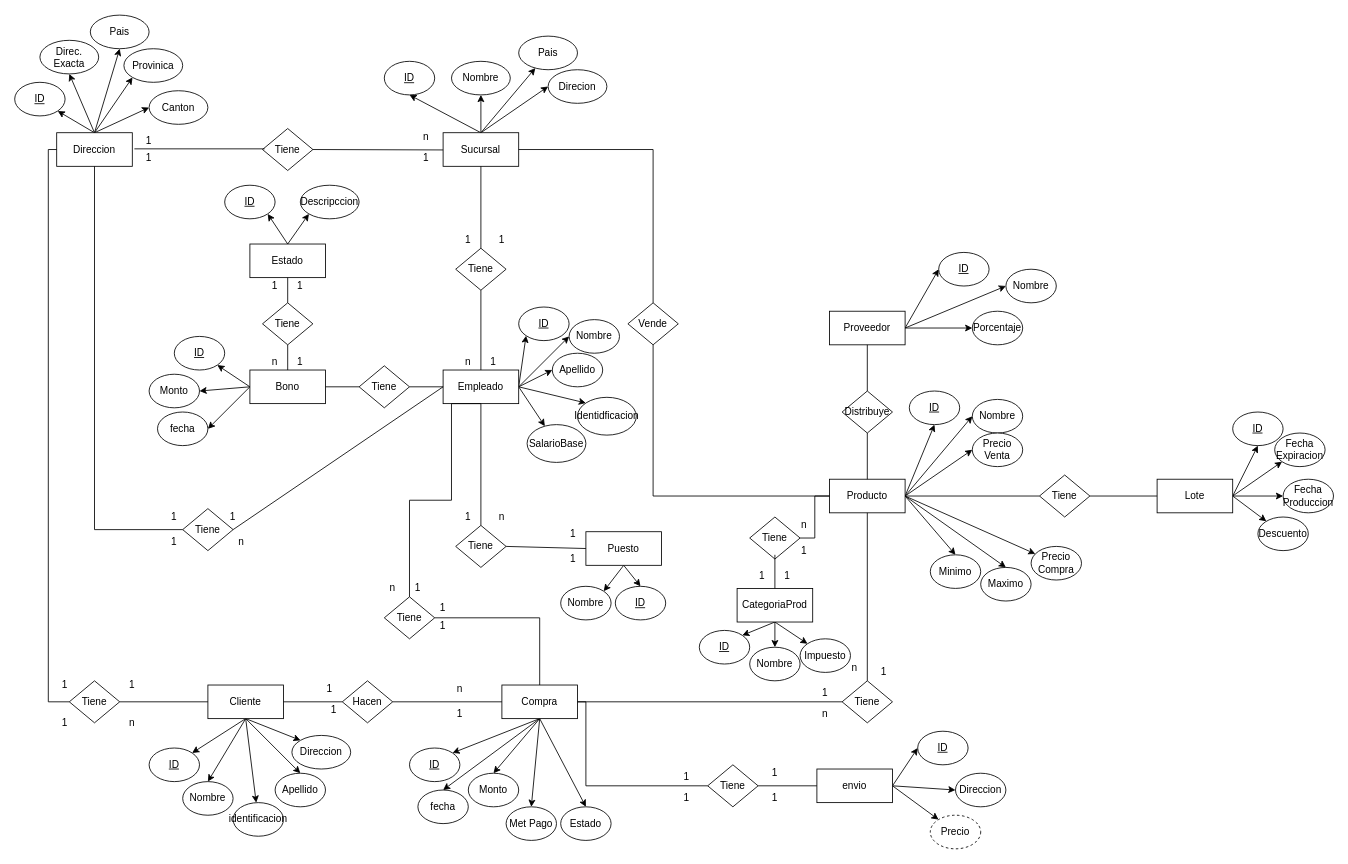
Earlier version of the draw.io diagram Untitled Diagram.drawio (Valhylian/Proyecto1-BD). Source tidied: cells renumbered, new cells numbered last; positions are measured from the earlier drawing's top-left corner, leaving out a move shared by most shapes. Both pictures are drawn from the tidied source at 84%, with x=0, y=0 at pixel (14, 15).
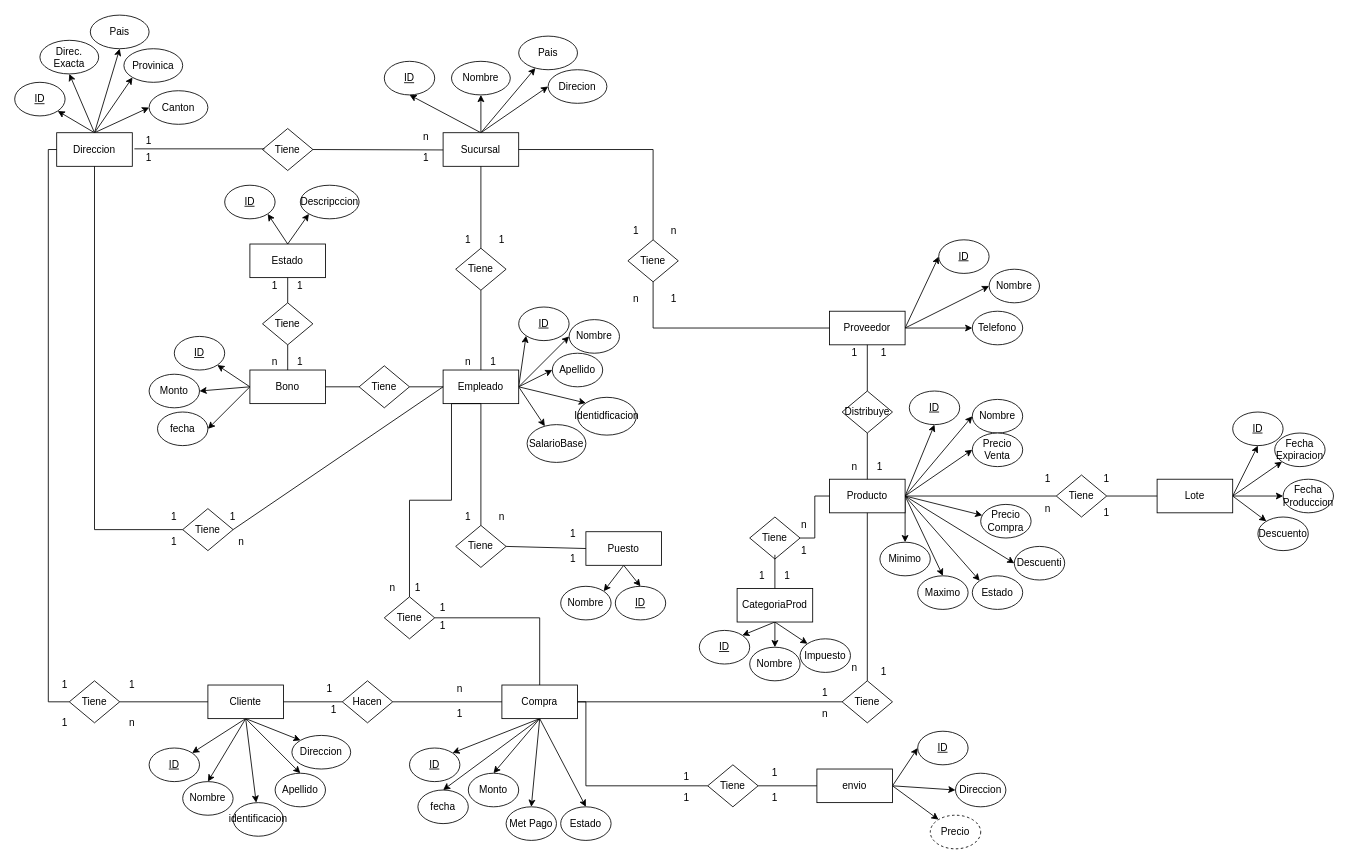
After the change.

Unchanged cells that the change refers to:
```xml
<mxCell id="16" value="Proveedor" style="rounded=0;whiteSpace=wrap;html=1;" parent="1" vertex="1">
  <mxGeometry x="970" y="352" width="90" height="40" as="geometry" />
</mxCell>
<mxCell id="23" value="Producto" style="rounded=0;whiteSpace=wrap;html=1;" parent="1" vertex="1">
  <mxGeometry x="970" y="552" width="90" height="40" as="geometry" />
</mxCell>
```

Change to the diagram source:
```diff
@@
+    <mxCell id="206" style="edgeStyle=none;rounded=0;jettySize=auto;html=1;exitX=1;exitY=0.5;exitDx=0;exitDy=0;entryX=0;entryY=0;entryDx=0;entryDy=0;" parent="1" edge="1" source="23" target="208">
+      <mxGeometry relative="1" as="geometry" />
+    </mxCell>
+    <mxCell id="207" style="edgeStyle=none;rounded=0;jettySize=auto;html=1;exitX=1;exitY=0.5;exitDx=0;exitDy=0;entryX=0;entryY=0.5;entryDx=0;entryDy=0;" parent="1" edge="1" source="23" target="209">
+      <mxGeometry relative="1" as="geometry" />
+    </mxCell>
@@
     <mxCell id="45" value="Nombre" style="ellipse;whiteSpace=wrap;html=1;" parent="1" vertex="1">
-      <mxGeometry x="1180" y="302" width="60" height="40" as="geometry" />
+      <mxGeometry x="1160" y="302" width="60" height="40" as="geometry" />
     </mxCell>
-    <mxCell id="46" value="Porcentaje" style="ellipse;whiteSpace=wrap;html=1;" parent="1" vertex="1">
+    <mxCell id="46" value="Telefono" style="ellipse;whiteSpace=wrap;html=1;" parent="1" vertex="1">
       <mxGeometry x="1140" y="352" width="60" height="40" as="geometry" />
     </mxCell>
@@
     <mxCell id="49" value="&lt;u&gt;ID&lt;/u&gt;" style="ellipse;whiteSpace=wrap;html=1;" parent="1" vertex="1">
-      <mxGeometry x="1100" y="282" width="60" height="40" as="geometry" />
+      <mxGeometry x="1100" y="267" width="60" height="40" as="geometry" />
     </mxCell>
@@
     <mxCell id="57" value="Precio Compra" style="ellipse;whiteSpace=wrap;html=1;" parent="1" vertex="1">
-      <mxGeometry x="1210" y="632" width="60" height="40" as="geometry" />
+      <mxGeometry x="1150" y="582" width="60" height="40" as="geometry" />
     </mxCell>
@@
-    <mxCell id="76" value="Vende" style="rhombus;whiteSpace=wrap;html=1;" parent="1" vertex="1">
-      <mxGeometry x="730" y="342" width="60" height="50" as="geometry" />
+    <mxCell id="76" value="Tiene" style="rhombus;whiteSpace=wrap;html=1;" parent="1" vertex="1">
+      <mxGeometry x="730" y="267" width="60" height="50" as="geometry" />
     </mxCell>
@@
-    <mxCell id="78" style="endArrow=none;html=1;rounded=0;entryX=0.5;entryY=1;entryDx=0;entryDy=0;exitX=0;exitY=0.5;exitDx=0;exitDy=0;edgeStyle=orthogonalEdgeStyle;" parent="1" edge="1" source="23" target="76">
+    <mxCell id="78" style="endArrow=none;html=1;rounded=0;entryX=0.5;entryY=1;entryDx=0;entryDy=0;exitX=0;exitY=0.5;exitDx=0;exitDy=0;edgeStyle=orthogonalEdgeStyle;" parent="1" edge="1" source="16" target="76">
       <mxGeometry relative="1" as="geometry" />
     </mxCell>
@@
     <mxCell id="97" value="Minimo" style="ellipse;whiteSpace=wrap;html=1;" parent="1" vertex="1">
-      <mxGeometry x="1090" y="642" width="60" height="40" as="geometry" />
+      <mxGeometry x="1030" y="627" width="60" height="40" as="geometry" />
     </mxCell>
     <mxCell id="98" value="Maximo" style="ellipse;whiteSpace=wrap;html=1;" parent="1" vertex="1">
-      <mxGeometry x="1150" y="657" width="60" height="40" as="geometry" />
+      <mxGeometry x="1075" y="667" width="60" height="40" as="geometry" />
     </mxCell>
@@
     <mxCell id="121" value="Tiene" style="rhombus;whiteSpace=wrap;html=1;" parent="1" vertex="1">
-      <mxGeometry x="1220" y="547" width="60" height="50" as="geometry" />
+      <mxGeometry x="1240" y="547" width="60" height="50" as="geometry" />
     </mxCell>
@@
+    <mxCell id="208" value="Estado" style="ellipse;whiteSpace=wrap;html=1;" parent="1" vertex="1">
+      <mxGeometry x="1140" y="667" width="60" height="40" as="geometry" />
+    </mxCell>
+    <mxCell id="209" value="Descuenti" style="ellipse;whiteSpace=wrap;html=1;" parent="1" vertex="1">
+      <mxGeometry x="1190" y="632" width="60" height="40" as="geometry" />
+    </mxCell>
+    <mxCell id="210" value="1" style="text;html=1;strokeColor=none;fillColor=none;align=center;verticalAlign=middle;whiteSpace=wrap;rounded=0;dashed=1;" parent="1" vertex="1">
+      <mxGeometry x="1200" y="537" width="60" height="30" as="geometry" />
+    </mxCell>
+    <mxCell id="211" value="1" style="text;html=1;strokeColor=none;fillColor=none;align=center;verticalAlign=middle;whiteSpace=wrap;rounded=0;dashed=1;" parent="1" vertex="1">
+      <mxGeometry x="1270" y="537" width="60" height="30" as="geometry" />
+    </mxCell>
+    <mxCell id="212" value="1" style="text;html=1;strokeColor=none;fillColor=none;align=center;verticalAlign=middle;whiteSpace=wrap;rounded=0;dashed=1;" parent="1" vertex="1">
+      <mxGeometry x="1270" y="577" width="60" height="30" as="geometry" />
+    </mxCell>
+    <mxCell id="213" value="n" style="text;html=1;strokeColor=none;fillColor=none;align=center;verticalAlign=middle;whiteSpace=wrap;rounded=0;dashed=1;" parent="1" vertex="1">
+      <mxGeometry x="1200" y="572" width="60" height="30" as="geometry" />
+    </mxCell>
+    <mxCell id="214" value="1" style="text;html=1;strokeColor=none;fillColor=none;align=center;verticalAlign=middle;whiteSpace=wrap;rounded=0;dashed=1;" parent="1" vertex="1">
+      <mxGeometry x="970" y="387" width="60" height="30" as="geometry" />
+    </mxCell>
+    <mxCell id="215" value="1" style="text;html=1;strokeColor=none;fillColor=none;align=center;verticalAlign=middle;whiteSpace=wrap;rounded=0;dashed=1;" parent="1" vertex="1">
+      <mxGeometry x="1000" y="522" width="60" height="30" as="geometry" />
+    </mxCell>
+    <mxCell id="216" value="1" style="text;html=1;strokeColor=none;fillColor=none;align=center;verticalAlign=middle;whiteSpace=wrap;rounded=0;dashed=1;" parent="1" vertex="1">
+      <mxGeometry x="1005" y="387" width="60" height="30" as="geometry" />
+    </mxCell>
+    <mxCell id="217" value="n" style="text;html=1;strokeColor=none;fillColor=none;align=center;verticalAlign=middle;whiteSpace=wrap;rounded=0;dashed=1;" parent="1" vertex="1">
+      <mxGeometry x="970" y="522" width="60" height="30" as="geometry" />
+    </mxCell>
+    <mxCell id="218" value="n" style="text;html=1;strokeColor=none;fillColor=none;align=center;verticalAlign=middle;whiteSpace=wrap;rounded=0;dashed=1;" parent="1" vertex="1">
+      <mxGeometry x="710" y="322" width="60" height="30" as="geometry" />
+    </mxCell>
+    <mxCell id="219" value="1" style="text;html=1;strokeColor=none;fillColor=none;align=center;verticalAlign=middle;whiteSpace=wrap;rounded=0;dashed=1;" parent="1" vertex="1">
+      <mxGeometry x="710" y="242" width="60" height="30" as="geometry" />
+    </mxCell>
+    <mxCell id="220" value="1" style="text;html=1;strokeColor=none;fillColor=none;align=center;verticalAlign=middle;whiteSpace=wrap;rounded=0;dashed=1;" parent="1" vertex="1">
+      <mxGeometry x="755" y="322" width="60" height="30" as="geometry" />
+    </mxCell>
+    <mxCell id="221" value="n" style="text;html=1;strokeColor=none;fillColor=none;align=center;verticalAlign=middle;whiteSpace=wrap;rounded=0;dashed=1;" parent="1" vertex="1">
+      <mxGeometry x="755" y="242" width="60" height="30" as="geometry" />
+    </mxCell>
```
